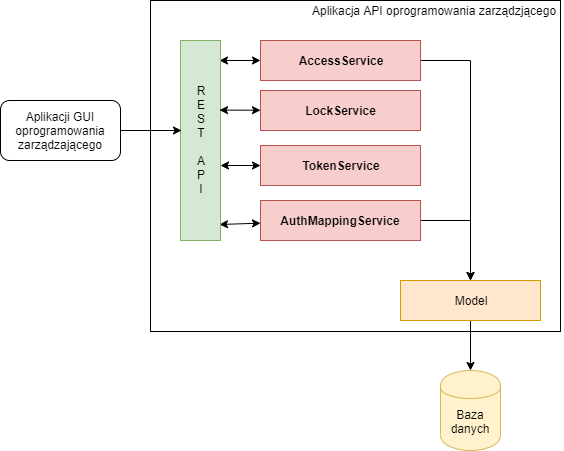
Before: docs/chapters/images/uslugi.png, a diagram exported from draw.io (adapiekarska/centralized-lock-system). Source tidied: cells renumbered, new cells last; positions are measured from the earlier drawing's top-left corner, leaving out a move shared by most shapes.
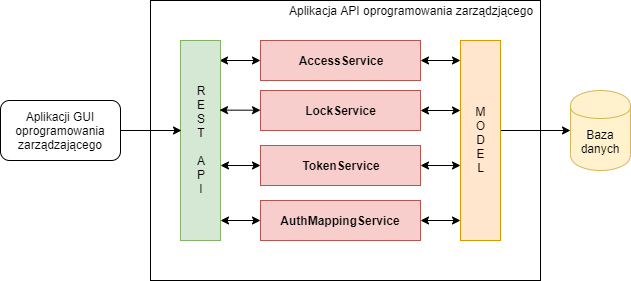
The same file after the commit.

Diff of the diagram source:
```diff
@@ -3,33 +3,29 @@
     <mxCell id="0" />
     <mxCell id="1" parent="0" />
     <mxCell id="2" style="rounded=0;whiteSpace=wrap;html=1;" parent="1" vertex="1">
-      <mxGeometry x="150" width="410" height="331" as="geometry" />
+      <mxGeometry x="150" width="390" height="280" as="geometry" />
     </mxCell>
-    <mxCell id="3" style="edgeStyle=orthogonalEdgeStyle;rounded=0;jettySize=auto;html=1;" parent="1" edge="1" source="5">
-      <mxGeometry relative="1" as="geometry">
-        <mxPoint x="470" y="280" as="targetPoint" />
-      </mxGeometry>
-    </mxCell>
+    <mxCell id="20" style="edgeStyle=none;rounded=0;jettySize=auto;html=1;exitX=1;exitY=0.5;exitDx=0;exitDy=0;entryX=0;entryY=0.9;entryDx=0;entryDy=0;entryPerimeter=0;startArrow=classic;startFill=1;" parent="1" edge="1" source="5" target="8">
+      <mxGeometry relative="1" as="geometry" />
+    </mxCell>
-    <mxCell id="4" style="edgeStyle=none;rounded=0;jettySize=auto;html=1;entryX=0.975;entryY=0.92;entryDx=0;entryDy=0;entryPerimeter=0;startArrow=classic;startFill=1;" parent="1" edge="1" source="5" target="12">
+    <mxCell id="4" style="edgeStyle=none;rounded=0;jettySize=auto;html=1;exitX=0;exitY=0.5;exitDx=0;exitDy=0;entryX=1;entryY=0.9;entryDx=0;entryDy=0;entryPerimeter=0;startArrow=classic;startFill=1;" parent="1" edge="1" source="5" target="12">
       <mxGeometry relative="1" as="geometry" />
     </mxCell>
     <mxCell id="5" value="AuthMappingService" style="rounded=0;whiteSpace=wrap;html=1;fontStyle=1;fillColor=#f8cecc;strokeColor=#b85450;" parent="1" vertex="1">
       <mxGeometry x="260" y="200" width="160" height="40" as="geometry" />
     </mxCell>
     <mxCell id="6" value="Baza danych" style="shape=cylinder;whiteSpace=wrap;html=1;boundedLbl=1;backgroundOutline=1;fillColor=#fff2cc;strokeColor=#d6b656;" parent="1" vertex="1">
-      <mxGeometry x="440" y="370" width="60" height="80" as="geometry" />
+      <mxGeometry x="570" y="90" width="60" height="80" as="geometry" />
     </mxCell>
-    <mxCell id="7" style="edgeStyle=orthogonalEdgeStyle;rounded=0;jettySize=auto;html=1;entryX=0.5;entryY=0;entryDx=0;entryDy=0;" parent="1" edge="1" source="8" target="6">
+    <mxCell id="7" style="edgeStyle=orthogonalEdgeStyle;rounded=0;jettySize=auto;html=1;entryX=0;entryY=0.5;entryDx=0;entryDy=0;exitX=0.975;exitY=0.448;exitDx=0;exitDy=0;exitPerimeter=0;" parent="1" edge="1" source="8" target="6">
       <mxGeometry relative="1" as="geometry" />
     </mxCell>
-    <mxCell id="8" value="Model" style="rounded=0;whiteSpace=wrap;html=1;fillColor=#ffe6cc;strokeColor=#d79b00;" parent="1" vertex="1">
-      <mxGeometry x="400" y="280" width="140" height="40" as="geometry" />
+    <mxCell id="8" value="M&lt;br&gt;O&lt;br&gt;D&lt;br&gt;E&lt;br&gt;L" style="rounded=0;whiteSpace=wrap;html=1;fillColor=#ffe6cc;strokeColor=#d79b00;" parent="1" vertex="1">
+      <mxGeometry x="460" y="40" width="40" height="200" as="geometry" />
     </mxCell>
-    <mxCell id="9" style="edgeStyle=orthogonalEdgeStyle;rounded=0;jettySize=auto;html=1;" parent="1" edge="1" source="10">
-      <mxGeometry relative="1" as="geometry">
-        <mxPoint x="470" y="280" as="targetPoint" />
-      </mxGeometry>
-    </mxCell>
+    <mxCell id="21" style="edgeStyle=none;rounded=0;jettySize=auto;html=1;entryX=0;entryY=0.1;entryDx=0;entryDy=0;entryPerimeter=0;startArrow=classic;startFill=1;" parent="1" edge="1" source="10" target="8">
+      <mxGeometry relative="1" as="geometry" />
+    </mxCell>
     <mxCell id="10" value="AccessService" style="rounded=0;whiteSpace=wrap;html=1;fontStyle=1;fillColor=#f8cecc;strokeColor=#b85450;" parent="1" vertex="1">
       <mxGeometry x="260" y="40" width="160" height="40" as="geometry" />
     </mxCell>
@@ -48,17 +44,23 @@
       <mxGeometry y="100" width="120" height="60" as="geometry" />
     </mxCell>
     <mxCell id="15" value="Aplikacja API oprogramowania zarządzjącego" style="text;html=1;align=center;verticalAlign=middle;" parent="1" vertex="1">
-      <mxGeometry x="303" width="260" height="20" as="geometry" />
+      <mxGeometry x="280" width="260" height="20" as="geometry" />
     </mxCell>
     <mxCell id="16" style="edgeStyle=none;rounded=0;jettySize=auto;html=1;entryX=0.975;entryY=0.348;entryDx=0;entryDy=0;entryPerimeter=0;startArrow=classic;startFill=1;" parent="1" edge="1" source="17" target="12">
       <mxGeometry relative="1" as="geometry" />
     </mxCell>
+    <mxCell id="22" style="edgeStyle=none;rounded=0;jettySize=auto;html=1;exitX=1;exitY=0.5;exitDx=0;exitDy=0;entryX=0;entryY=0.35;entryDx=0;entryDy=0;entryPerimeter=0;startArrow=classic;startFill=1;" parent="1" edge="1" source="17" target="8">
+      <mxGeometry relative="1" as="geometry" />
+    </mxCell>
     <mxCell id="17" value="LockService" style="rounded=0;whiteSpace=wrap;html=1;fontStyle=1;fillColor=#f8cecc;strokeColor=#b85450;" parent="1" vertex="1">
       <mxGeometry x="260" y="90" width="160" height="40" as="geometry" />
     </mxCell>
     <mxCell id="18" style="edgeStyle=none;rounded=0;jettySize=auto;html=1;entryX=1;entryY=0.625;entryDx=0;entryDy=0;entryPerimeter=0;startArrow=classic;startFill=1;" parent="1" edge="1" source="19" target="12">
       <mxGeometry relative="1" as="geometry" />
     </mxCell>
+    <mxCell id="23" style="edgeStyle=none;rounded=0;jettySize=auto;html=1;exitX=1;exitY=0.5;exitDx=0;exitDy=0;entryX=0;entryY=0.625;entryDx=0;entryDy=0;entryPerimeter=0;startArrow=classic;startFill=1;" parent="1" edge="1" source="19" target="8">
+      <mxGeometry relative="1" as="geometry" />
+    </mxCell>
     <mxCell id="19" value="TokenService" style="rounded=0;whiteSpace=wrap;html=1;fontStyle=1;fillColor=#f8cecc;strokeColor=#b85450;" parent="1" vertex="1">
       <mxGeometry x="260" y="145" width="160" height="40" as="geometry" />
     </mxCell>
```
